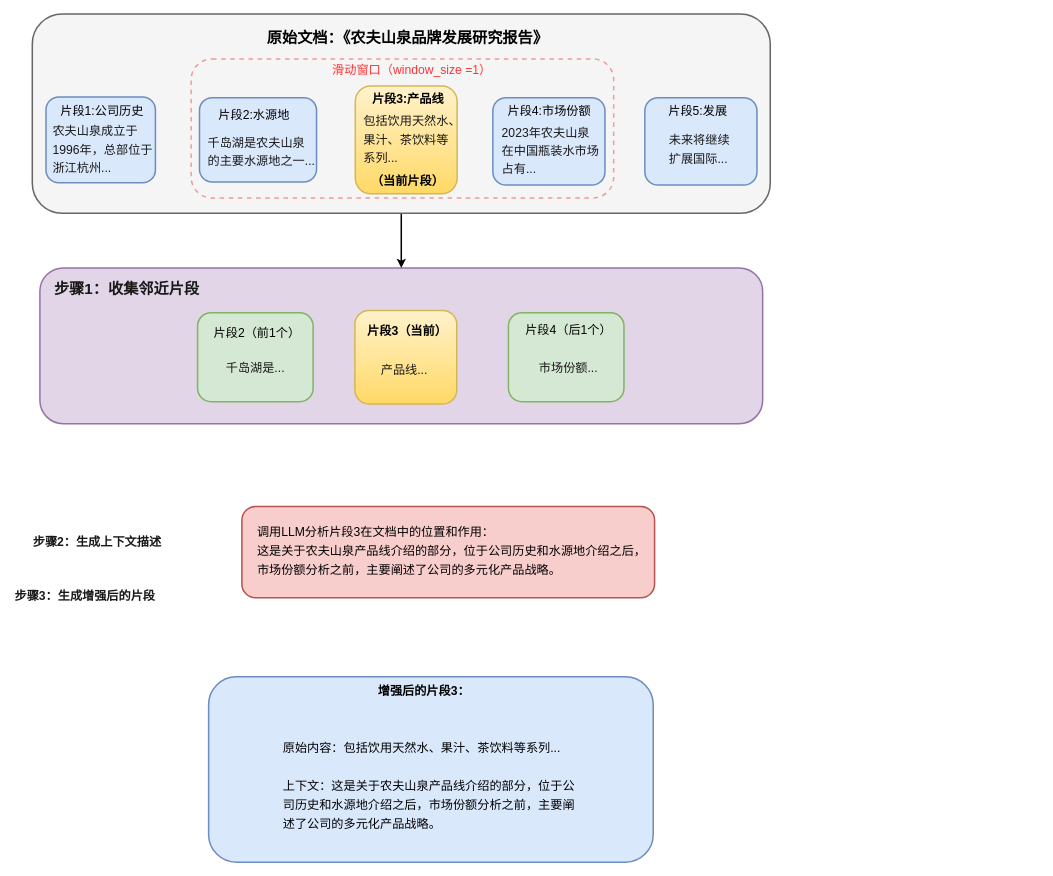
real-jiakai/draw keeps this draw.io diagram as diagrams/flowchart_of_the_context_enhancement_algorithm_with_sliding_window.drawio. Above is the earlier version. Source tidied: cells renumbered, new cells numbered last; positions are measured from the earlier drawing's top-left corner, leaving out a move shared by most shapes. Both pictures are drawn from the tidied source at 76%, with x=0, y=0 at pixel (13, 14).
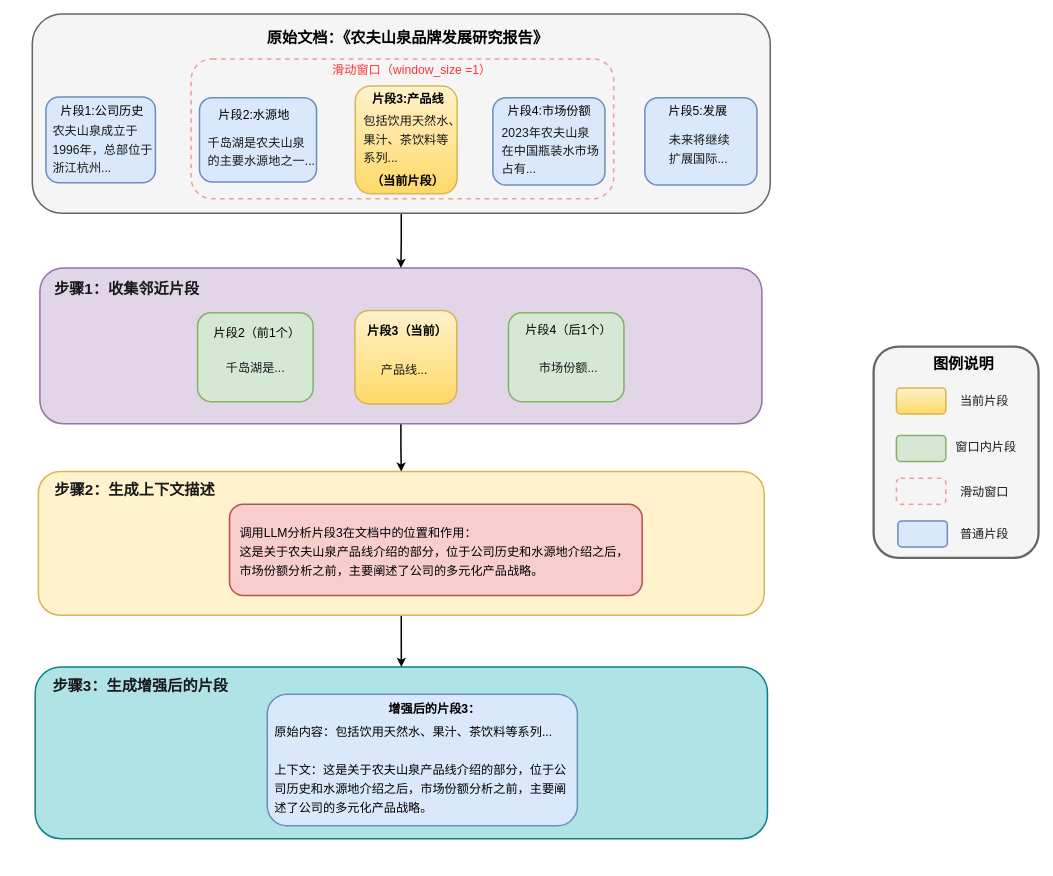
Above is the later version.

What changed in the source:
```diff
@@
+    <mxCell id="41" style="rounded=1;whiteSpace=wrap;html=1;fillColor=#b0e3e6;strokeColor=#0e8088;strokeWidth=2;" parent="1" vertex="1">
+      <mxGeometry x="28.8" y="859" width="963.5" height="226" as="geometry" />
+    </mxCell>
+    <mxCell id="42" style="edgeStyle=orthogonalEdgeStyle;rounded=0;jettySize=auto;html=1;exitX=0.5;exitY=1;exitDx=0;exitDy=0;strokeWidth=2;" parent="1" edge="1" source="43" target="41">
+      <mxGeometry relative="1" as="geometry" />
+    </mxCell>
+    <mxCell id="43" style="rounded=1;whiteSpace=wrap;html=1;fillColor=#fff2cc;strokeColor=#d6b656;strokeWidth=2;" parent="1" vertex="1">
+      <mxGeometry x="33" y="602" width="955" height="189" as="geometry" />
+    </mxCell>
+    <mxCell id="44" style="edgeStyle=orthogonalEdgeStyle;rounded=0;jettySize=auto;html=1;exitX=0.5;exitY=1;exitDx=0;exitDy=0;strokeWidth=2;" parent="1" edge="1" source="2" target="43">
+      <mxGeometry relative="1" as="geometry" />
+    </mxCell>
     <mxCell id="2" style="rounded=1;whiteSpace=wrap;html=1;fillColor=#e1d5e7;strokeColor=#9673a6;strokeWidth=2;" parent="1" vertex="1">
-      <mxGeometry x="35" y="334" width="951" height="205" as="geometry" />
+      <mxGeometry x="35" y="334" width="950" height="205" as="geometry" />
     </mxCell>
@@
     <mxCell id="5" style="rounded=1;whiteSpace=wrap;html=1;dashed=1;strokeWidth=2;strokeColor=#F19C99;fillColor=none;" parent="1" vertex="1">
-      <mxGeometry x="234" y="59" width="556" height="183" as="geometry" />
+      <mxGeometry x="234" y="59" width="556" height="184" as="geometry" />
     </mxCell>
@@
-    <mxCell id="22" value="&lt;div style=&quot;line-height: 24px;&quot;&gt;&lt;font color=&quot;#191919&quot;&gt;&lt;span style=&quot;font-size: 16px; white-space: pre;&quot;&gt;&lt;b&gt;步骤2：生成上下文描述&lt;/b&gt;&lt;/span&gt;&lt;/font&gt;&lt;/div&gt;" style="text;html=1;align=center;verticalAlign=middle;whiteSpace=wrap;rounded=0;" parent="1" vertex="1">
-      <mxGeometry x="16" y="677" width="189" height="36" as="geometry" />
+    <mxCell id="22" value="&lt;div style=&quot;line-height: 24px;&quot;&gt;&lt;font style=&quot;font-size: 20px;&quot; color=&quot;#191919&quot;&gt;&lt;span style=&quot;white-space: pre;&quot;&gt;&lt;b style=&quot;&quot;&gt;步骤2：生成上下文描述&lt;/b&gt;&lt;/span&gt;&lt;/font&gt;&lt;/div&gt;" style="text;html=1;align=center;verticalAlign=middle;whiteSpace=wrap;rounded=0;" parent="1" vertex="1">
+      <mxGeometry x="50" y="609" width="220" height="36" as="geometry" />
     </mxCell>
-    <mxCell id="23" value="&lt;div style=&quot;line-height: 24px;&quot;&gt;&lt;font color=&quot;#191919&quot;&gt;&lt;span style=&quot;font-size: 16px; white-space: pre;&quot;&gt;&lt;b&gt;步骤3：生成增强后的片段&lt;/b&gt;&lt;/span&gt;&lt;/font&gt;&lt;/div&gt;" style="text;html=1;align=center;verticalAlign=middle;whiteSpace=wrap;rounded=0;" parent="1" vertex="1">
-      <mxGeometry y="748" width="189" height="36" as="geometry" />
+    <mxCell id="23" value="&lt;div style=&quot;line-height: 24px;&quot;&gt;&lt;font style=&quot;font-size: 20px;&quot; color=&quot;#191919&quot;&gt;&lt;span style=&quot;white-space: pre;&quot;&gt;&lt;b style=&quot;&quot;&gt;步骤3：生成增强后的片段&lt;/b&gt;&lt;/span&gt;&lt;/font&gt;&lt;/div&gt;" style="text;html=1;align=center;verticalAlign=middle;whiteSpace=wrap;rounded=0;" parent="1" vertex="1">
+      <mxGeometry x="43.2" y="863" width="249" height="44" as="geometry" />
     </mxCell>
@@
     <mxCell id="34" style="rounded=1;whiteSpace=wrap;html=1;strokeWidth=2;fillColor=#f8cecc;strokeColor=#b85450;" parent="1" vertex="1">
-      <mxGeometry x="300.8" y="648" width="543" height="120" as="geometry" />
+      <mxGeometry x="284.5" y="645" width="543" height="120" as="geometry" />
     </mxCell>
     <mxCell id="35" value="&lt;div style=&quot;line-height: 24px;&quot;&gt;&lt;div style=&quot;line-height: 24px;&quot;&gt;&lt;span style=&quot;font-size: 16px; white-space: pre;&quot;&gt;调用LLM分析片段3在文档中的位置和作用：&lt;/span&gt;&lt;/div&gt;&lt;div style=&quot;line-height: 24px;&quot;&gt;&lt;span style=&quot;font-size: 16px; white-space: pre;&quot;&gt;这是关于农夫山泉产品线介绍的部分，位于公司历史和水源地介绍之后，&lt;/span&gt;&lt;/div&gt;&lt;div style=&quot;line-height: 24px;&quot;&gt;&lt;span style=&quot;font-size: 16px; white-space: pre;&quot;&gt;市场份额分析之前，主要阐述了公司的多元化产品战略。&lt;/span&gt;&lt;/div&gt;&lt;/div&gt;" style="text;html=1;align=left;verticalAlign=middle;whiteSpace=wrap;rounded=0;fillColor=none;strokeColor=none;" parent="1" vertex="1">
-      <mxGeometry x="318.8" y="658" width="521" height="98" as="geometry" />
+      <mxGeometry x="295.5" y="659" width="521" height="98" as="geometry" />
     </mxCell>
     <mxCell id="36" style="rounded=1;whiteSpace=wrap;html=1;strokeWidth=2;fillColor=#dae8fc;strokeColor=#6c8ebf;" parent="1" vertex="1">
-      <mxGeometry x="257" y="872" width="585" height="244" as="geometry" />
+      <mxGeometry x="334.2" y="895" width="408" height="173" as="geometry" />
     </mxCell>
     <mxCell id="37" value="&lt;div style=&quot;line-height: 24px;&quot;&gt;&lt;div style=&quot;line-height: 24px;&quot;&gt;&lt;span style=&quot;font-size: 16px; white-space: pre;&quot;&gt;&lt;b&gt;增强后的片段3：&lt;/b&gt;&lt;/span&gt;&lt;/div&gt;&lt;/div&gt;" style="text;html=1;align=left;verticalAlign=middle;whiteSpace=wrap;rounded=0;fillColor=none;strokeColor=none;" parent="1" vertex="1">
-      <mxGeometry x="478.2" y="875" width="114.8" height="34" as="geometry" />
+      <mxGeometry x="492.4" y="898" width="114.8" height="34" as="geometry" />
     </mxCell>
     <mxCell id="38" value="&lt;div style=&quot;line-height: 24px;&quot;&gt;&lt;div style=&quot;line-height: 24px;&quot;&gt;&lt;span style=&quot;white-space: pre;&quot;&gt;&lt;font style=&quot;font-size: 16px;&quot;&gt;原始内容：包括饮用天然水、果汁、茶饮料等系列...&lt;/font&gt;&lt;/span&gt;&lt;/div&gt;&lt;div style=&quot;line-height: 24px;&quot;&gt;&lt;span style=&quot;white-space: pre;&quot;&gt;&lt;font style=&quot;font-size: 16px;&quot;&gt;&lt;br&gt;&lt;/font&gt;&lt;/span&gt;&lt;/div&gt;&lt;div style=&quot;line-height: 24px;&quot;&gt;&lt;font style=&quot;font-size: 16px;&quot;&gt;上下文：这是关于农夫山泉产品线介绍的部分，位于公司历史和水源地介绍之后，市场份额分析之前，主要阐述了公司的多元化产品战略。&lt;/font&gt;&lt;/div&gt;&lt;/div&gt;" style="text;html=1;align=left;verticalAlign=middle;whiteSpace=wrap;rounded=0;fillColor=none;strokeColor=none;" parent="1" vertex="1">
-      <mxGeometry x="353" y="959" width="385.5" height="116" as="geometry" />
+      <mxGeometry x="342" y="937" width="385.5" height="116" as="geometry" />
     </mxCell>
@@
+    <mxCell id="45" style="rounded=1;whiteSpace=wrap;html=1;fillColor=#f5f5f5;fontColor=#333333;strokeColor=#666666;strokeWidth=3;" parent="1" vertex="1">
+      <mxGeometry x="1132" y="437.5" width="217" height="278" as="geometry" />
+    </mxCell>
+    <mxCell id="46" value="&lt;font style=&quot;font-size: 20px;&quot;&gt;&lt;b&gt;图例说明&lt;/b&gt;&lt;/font&gt;" style="text;html=1;align=center;verticalAlign=middle;whiteSpace=wrap;rounded=0;" parent="1" vertex="1">
+      <mxGeometry x="1199" y="444" width="103" height="30" as="geometry" />
+    </mxCell>
+    <mxCell id="47" style="rounded=1;whiteSpace=wrap;html=1;fillColor=#fff2cc;gradientColor=#ffd966;strokeColor=#d6b656;strokeWidth=2;" parent="1" vertex="1">
+      <mxGeometry x="1162" y="492" width="65" height="34.2" as="geometry" />
+    </mxCell>
+    <mxCell id="48" value="&lt;div style=&quot;font-size: 16px; line-height: 24px; white-space: pre;&quot;&gt;&lt;div style=&quot;line-height: 24px;&quot;&gt;&lt;div style=&quot;line-height: 24px;&quot;&gt;&lt;div style=&quot;line-height: 24px;&quot;&gt;&lt;div style=&quot;line-height: 24px;&quot;&gt;&lt;font color=&quot;#191919&quot;&gt;当前片段&lt;/font&gt;&lt;/div&gt;&lt;/div&gt;&lt;/div&gt;&lt;/div&gt;&lt;/div&gt;" style="text;html=1;align=left;verticalAlign=middle;whiteSpace=wrap;rounded=0;" parent="1" vertex="1">
+      <mxGeometry x="1244" y="492" width="63" height="34" as="geometry" />
+    </mxCell>
+    <mxCell id="49" style="rounded=1;whiteSpace=wrap;html=1;fillColor=#d5e8d4;strokeColor=#82b366;strokeWidth=2;" parent="1" vertex="1">
+      <mxGeometry x="1162" y="554.4" width="65" height="34.2" as="geometry" />
+    </mxCell>
+    <mxCell id="50" value="&lt;div style=&quot;font-size: 16px; line-height: 24px; white-space: pre;&quot;&gt;&lt;div style=&quot;line-height: 24px;&quot;&gt;&lt;div style=&quot;line-height: 24px;&quot;&gt;&lt;div style=&quot;line-height: 24px;&quot;&gt;&lt;div style=&quot;line-height: 24px;&quot;&gt;&lt;font color=&quot;#191919&quot;&gt;窗口内片段&lt;/font&gt;&lt;/div&gt;&lt;/div&gt;&lt;/div&gt;&lt;/div&gt;&lt;/div&gt;" style="text;html=1;align=left;verticalAlign=middle;whiteSpace=wrap;rounded=0;" parent="1" vertex="1">
+      <mxGeometry x="1238" y="552" width="90" height="34" as="geometry" />
+    </mxCell>
+    <mxCell id="51" style="rounded=1;whiteSpace=wrap;html=1;dashed=1;strokeColor=#F19C99;strokeWidth=2;fillColor=none;" parent="1" vertex="1">
+      <mxGeometry x="1162" y="610.8" width="65" height="34.2" as="geometry" />
+    </mxCell>
+    <mxCell id="52" value="&lt;div style=&quot;font-size: 16px; line-height: 24px; white-space: pre;&quot;&gt;&lt;div style=&quot;line-height: 24px;&quot;&gt;&lt;div style=&quot;line-height: 24px;&quot;&gt;&lt;div style=&quot;line-height: 24px;&quot;&gt;&lt;div style=&quot;line-height: 24px;&quot;&gt;&lt;font color=&quot;#191919&quot;&gt;滑动窗口&lt;/font&gt;&lt;/div&gt;&lt;/div&gt;&lt;/div&gt;&lt;/div&gt;&lt;/div&gt;" style="text;html=1;align=left;verticalAlign=middle;whiteSpace=wrap;rounded=0;" parent="1" vertex="1">
+      <mxGeometry x="1244" y="611" width="77" height="34" as="geometry" />
+    </mxCell>
+    <mxCell id="53" style="rounded=1;whiteSpace=wrap;html=1;fillColor=#dae8fc;strokeColor=#6c8ebf;strokeWidth=2;" parent="1" vertex="1">
+      <mxGeometry x="1164" y="667" width="65" height="34.2" as="geometry" />
+    </mxCell>
+    <mxCell id="54" value="&lt;div style=&quot;font-size: 16px; line-height: 24px; white-space: pre;&quot;&gt;&lt;div style=&quot;line-height: 24px;&quot;&gt;&lt;div style=&quot;line-height: 24px;&quot;&gt;&lt;div style=&quot;line-height: 24px;&quot;&gt;&lt;div style=&quot;line-height: 24px;&quot;&gt;&lt;font color=&quot;#191919&quot;&gt;普通片段&lt;/font&gt;&lt;/div&gt;&lt;/div&gt;&lt;/div&gt;&lt;/div&gt;&lt;/div&gt;" style="text;html=1;align=left;verticalAlign=middle;whiteSpace=wrap;rounded=0;" parent="1" vertex="1">
+      <mxGeometry x="1244" y="667" width="69" height="34" as="geometry" />
+    </mxCell>
```
